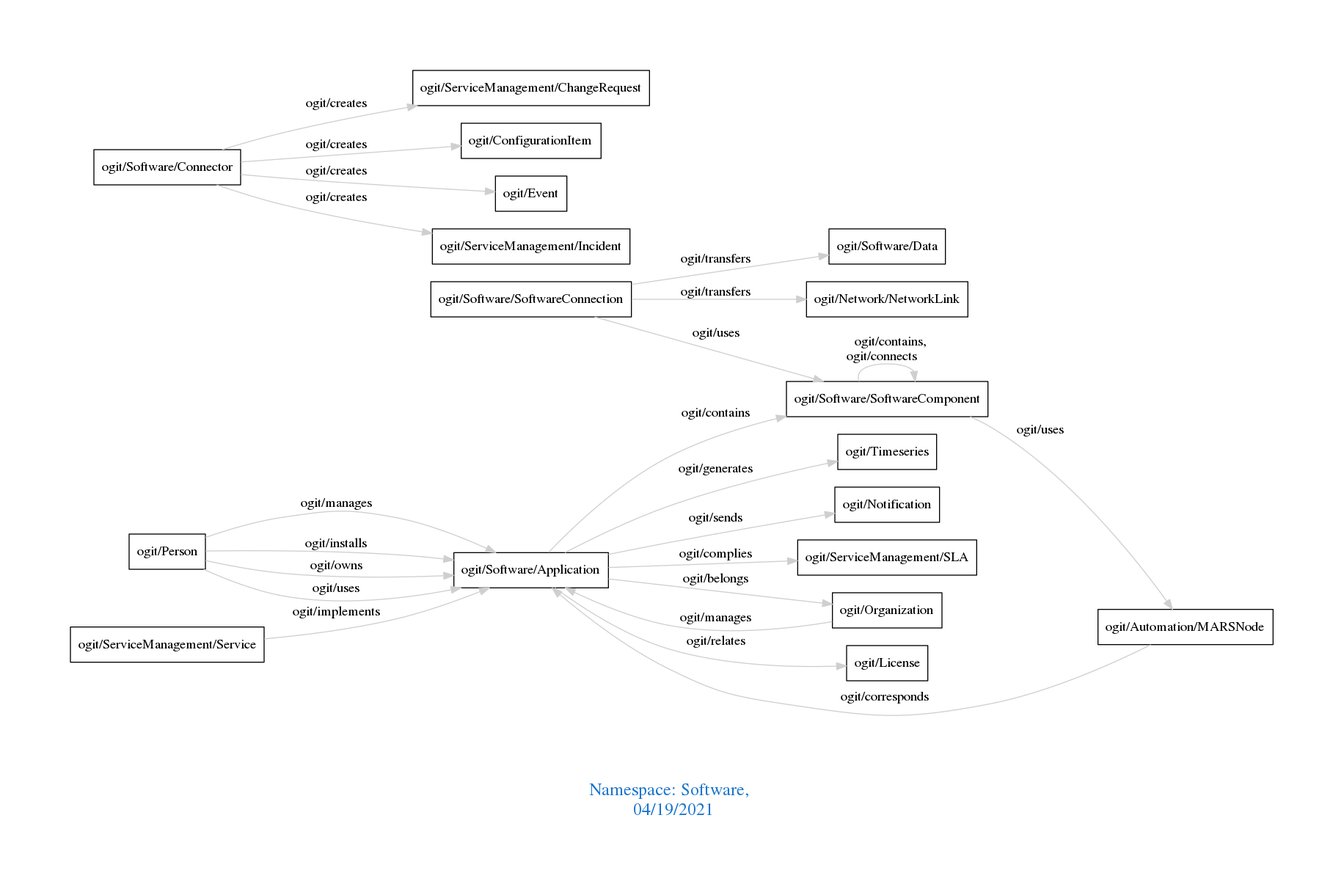
arago/OGIT keeps this Graphviz diagram as downloads/Software.png. Above is the earlier version. Its source is kept beside it as downloads/Software.dot.
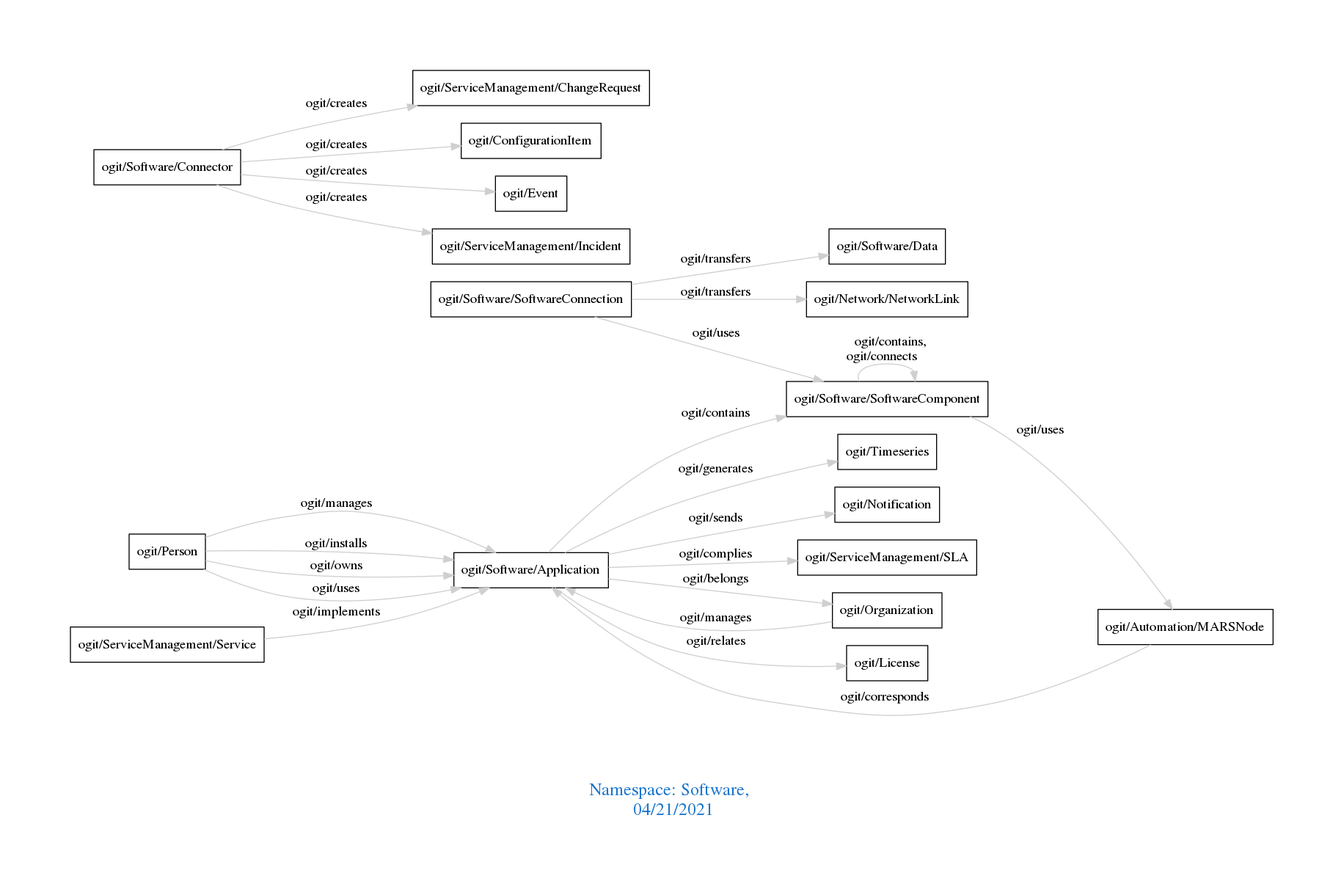
After the commit.

Diff of the diagram source:
```diff
@@ -1,7 +1,7 @@
 digraph OGIT_ontology {
  graph [ rankdir= LR,pad=1
 fontsize = 18,
-fontcolor= dodgerblue3,label = "\n\n\nNamespace: Software, \n 04/19/2021"];
+fontcolor= dodgerblue3,label = "\n\n\nNamespace: Software, \n 04/21/2021"];
 node[shape=polygon];
 edge [  color="gray81"];
 
```
